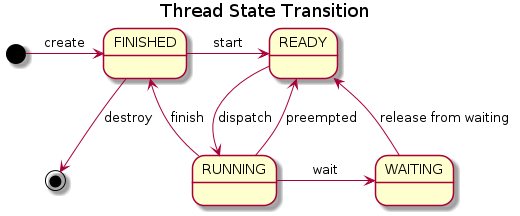
Before: inline_umlgraph_3.png, a diagram exported from PlantUML (katono/cppelib-docs). Source of this version:
```plantuml
@startuml

title Thread State Transition

[*] -right-> FINISHED : create
FINISHED -right-> READY : start
READY --> RUNNING : dispatch
RUNNING --> READY : preempted
RUNNING -right-> WAITING : wait
WAITING --> READY : release from waiting
RUNNING --> FINISHED : finish
FINISHED --> [*] : destroy

@enduml
```
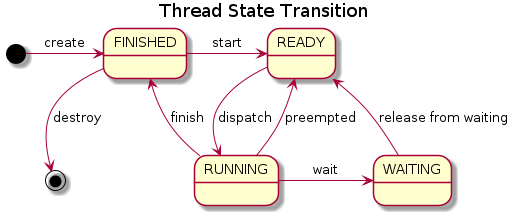
Above is the later version.

What changed in the source:
```diff
@@ -1,5 +1,4 @@
-@startuml
-
+@startuml inline_umlgraph_3.png
 title Thread State Transition
 
 [*] -right-> FINISHED : create
@@ -10,5 +9,4 @@
 WAITING --> READY : release from waiting
 RUNNING --> FINISHED : finish
 FINISHED --> [*] : destroy
-
 @enduml
```
